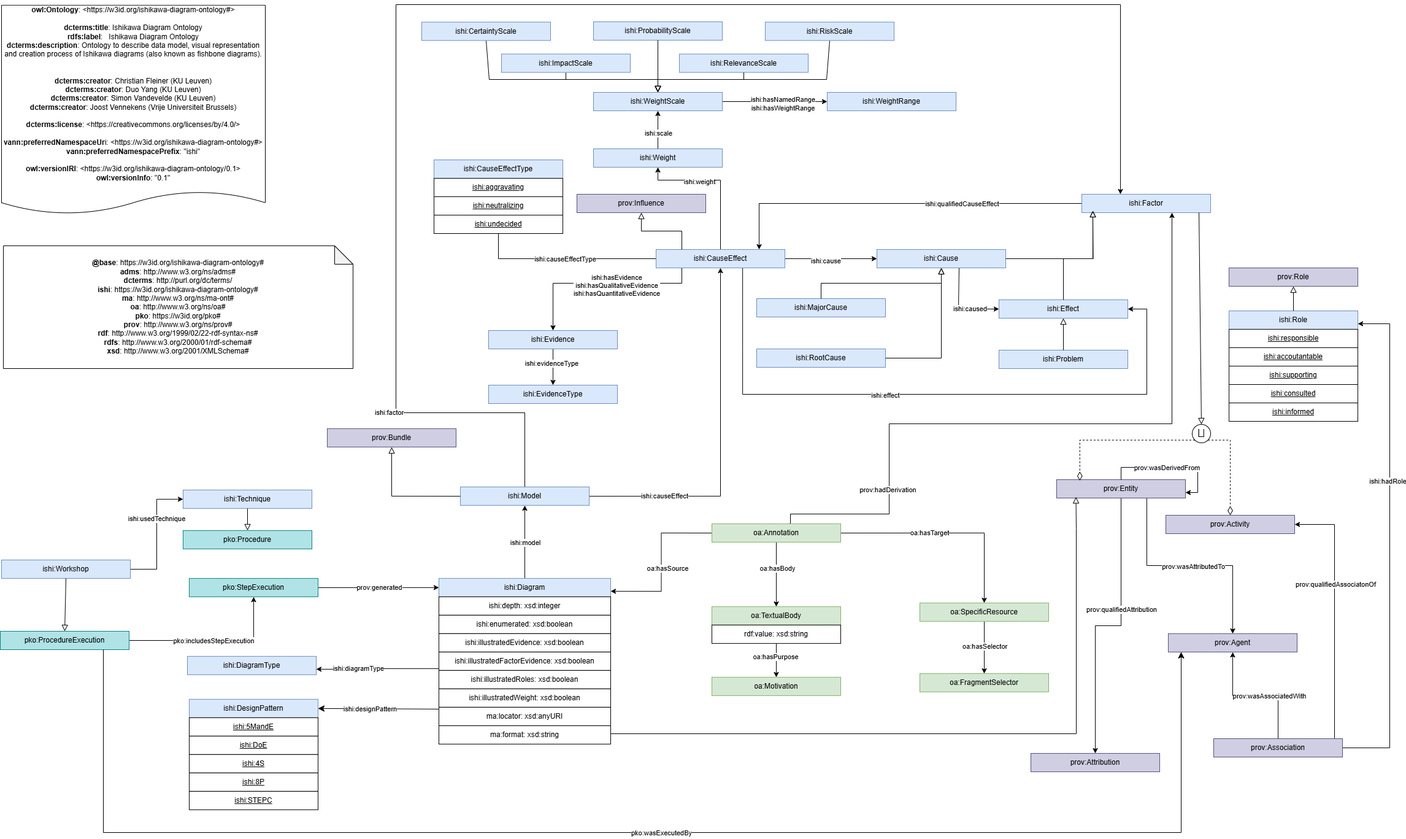
Before: chowlk/ishikawa-diagram-ontology.png, a diagram exported from draw.io (REXPEK/ishikawa-diagram-ontology). Source tidied: cells renumbered, new cells last; positions are measured from the earlier drawing's top-left corner, leaving out a move shared by most shapes.
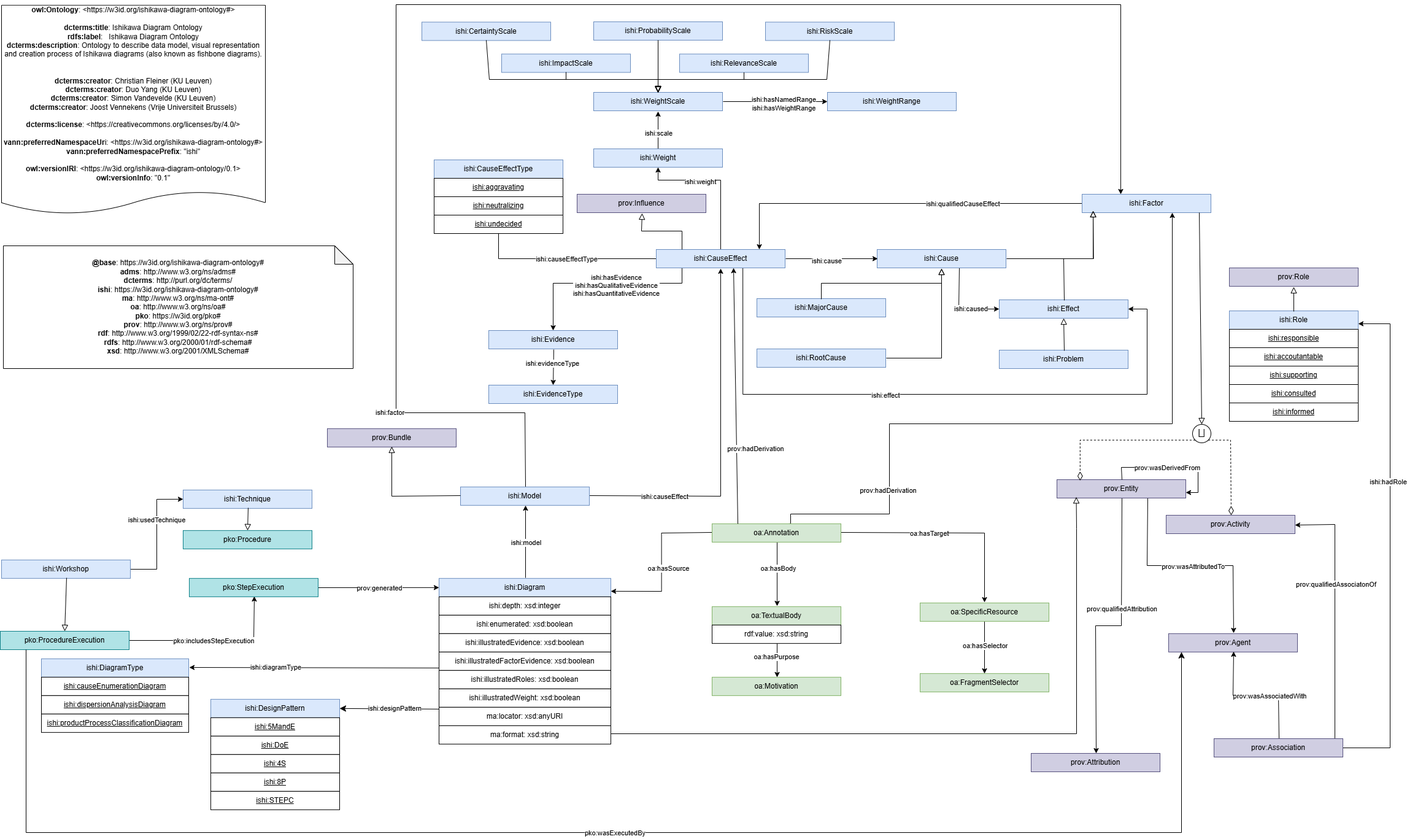
Above is the later version.

Change to the diagram source:
```diff
@@ -33,10 +33,10 @@
     <mxCell id="10" value="pko:ProcedureExecution" style="rounded=0;whiteSpace=wrap;html=1;snapToPoint=1;points=[[0.1,0],[0.2,0],[0.3,0],[0.4,0],[0.5,0],[0.6,0],[0.7,0],[0.8,0],[0.9,0],[0,0.1],[0,0.3],[0,0.5],[0,0.7],[0,0.9],[0.1,1],[0.2,1],[0.3,1],[0.4,1],[0.5,1],[0.6,1],[0.7,1],[0.8,1],[0.9,1],[1,0.1],[1,0.3],[1,0.5],[1,0.7],[1,0.9]];fillColor=#b0e3e6;strokeColor=#0e8088;" parent="1" vertex="1">
       <mxGeometry y="1021" width="210" height="30" as="geometry" />
     </mxCell>
-    <mxCell id="11" style="endArrow=classic;html=1;exitX=0.8;exitY=1;exitDx=0;exitDy=0;endSize=8;arcSize=0;rounded=0;edgeStyle=orthogonalEdgeStyle;entryX=0.1;entryY=1;entryDx=0;entryDy=0;" parent="1" edge="1" source="10" target="41">
+    <mxCell id="11" style="endArrow=classic;html=1;exitX=0.2;exitY=1;exitDx=0;exitDy=0;endSize=8;arcSize=0;rounded=0;edgeStyle=orthogonalEdgeStyle;entryX=0.1;entryY=1;entryDx=0;entryDy=0;" parent="1" edge="1" source="10" target="41">
       <mxGeometry relative="1" as="geometry">
         <Array as="points">
-          <mxPoint x="168" y="1349" />
+          <mxPoint x="42" y="1349" />
           <mxPoint x="1925" y="1349" />
         </Array>
       </mxGeometry>
@@ -89,10 +89,10 @@
       <mxGeometry x="707" y="253" width="210" height="30" as="geometry" />
     </mxCell>
     <mxCell id="23" value="ishi:DesignPattern" style="rounded=0;whiteSpace=wrap;html=1;snapToPoint=1;points=[[0.1,0],[0.2,0],[0.3,0],[0.4,0],[0.5,0],[0.6,0],[0.7,0],[0.8,0],[0.9,0],[0,0.1],[0,0.3],[0,0.5],[0,0.7],[0,0.9],[0.1,1],[0.2,1],[0.3,1],[0.4,1],[0.5,1],[0.6,1],[0.7,1],[0.8,1],[0.9,1],[1,0.1],[1,0.3],[1,0.5],[1,0.7],[1,0.9]];fillColor=#dae8fc;strokeColor=#6c8ebf;" parent="1" vertex="1">
-      <mxGeometry x="308" y="1131.9" width="210" height="30" as="geometry" />
+      <mxGeometry x="343" y="1131.9" width="210" height="30" as="geometry" />
     </mxCell>
     <mxCell id="24" value="ishi:DiagramType" style="rounded=0;whiteSpace=wrap;html=1;snapToPoint=1;points=[[0.1,0],[0.2,0],[0.3,0],[0.4,0],[0.5,0],[0.6,0],[0.7,0],[0.8,0],[0.9,0],[0,0.1],[0,0.3],[0,0.5],[0,0.7],[0,0.9],[0.1,1],[0.2,1],[0.3,1],[0.4,1],[0.5,1],[0.6,1],[0.7,1],[0.8,1],[0.9,1],[1,0.1],[1,0.3],[1,0.5],[1,0.7],[1,0.9]];fillColor=#dae8fc;strokeColor=#6c8ebf;" parent="1" vertex="1">
-      <mxGeometry x="305" y="1061.9" width="210" height="30" as="geometry" />
+      <mxGeometry x="67" y="1065.9" width="240" height="30" as="geometry" />
     </mxCell>
     <mxCell id="25" style="rounded=0;jettySize=auto;html=1;entryX=0.5;entryY=0;entryDx=0;entryDy=0;" parent="1" edge="1" source="27" target="28">
       <mxGeometry relative="1" as="geometry" />
@@ -249,7 +249,7 @@
         <mxPoint y="42" as="offset" />
       </mxGeometry>
     </mxCell>
-    <mxCell id="64" style="edgeStyle=orthogonalEdgeStyle;rounded=0;jettySize=auto;html=1;entryX=1;entryY=0.7;entryDx=0;entryDy=0;exitX=0;exitY=0.9;exitDx=0;exitDy=0;" parent="1" edge="1" source="99" target="24">
+    <mxCell id="64" style="rounded=0;jettySize=auto;html=1;exitX=0.032;exitY=0.867;exitDx=0;exitDy=0;exitPerimeter=0;" parent="1" edge="1" source="99" target="24">
       <mxGeometry relative="1" as="geometry" />
     </mxCell>
     <mxCell id="65" value="ishi:diagramType" style="edgeLabel;html=1;align=center;verticalAlign=middle;" parent="64" vertex="1">
@@ -454,7 +454,7 @@
     </mxCell>
     <mxCell id="117" value="&lt;div&gt;ishi:designPattern&lt;/div&gt;" style="edgeLabel;html=1;align=center;verticalAlign=middle;" parent="116" vertex="1">
       <mxGeometry x="-0.19" y="-1" relative="1" as="geometry">
-        <mxPoint x="-33" y="1" as="offset" />
+        <mxPoint x="-7" as="offset" />
       </mxGeometry>
     </mxCell>
     <mxCell id="118" style="rounded=0;jettySize=auto;html=1;" parent="1" edge="1" source="120" target="39">
@@ -534,19 +534,19 @@
       </mxGeometry>
     </mxCell>
     <mxCell id="139" value="&lt;u&gt;ishi:5MandE&lt;/u&gt;" style="rounded=0;whiteSpace=wrap;html=1;" parent="1" vertex="1">
-      <mxGeometry x="308" y="1161.9" width="210" height="30" as="geometry" />
+      <mxGeometry x="343" y="1161.9" width="210" height="30" as="geometry" />
     </mxCell>
     <mxCell id="140" value="&lt;u&gt;ishi:DoE&lt;/u&gt;" style="rounded=0;whiteSpace=wrap;html=1;" parent="1" vertex="1">
-      <mxGeometry x="308" y="1191.9" width="210" height="30" as="geometry" />
+      <mxGeometry x="343" y="1191.9" width="210" height="30" as="geometry" />
     </mxCell>
     <mxCell id="141" value="&lt;u&gt;ishi:4S&lt;/u&gt;" style="rounded=0;whiteSpace=wrap;html=1;" parent="1" vertex="1">
-      <mxGeometry x="308" y="1221.9" width="210" height="30" as="geometry" />
+      <mxGeometry x="343" y="1221.9" width="210" height="30" as="geometry" />
     </mxCell>
     <mxCell id="142" value="&lt;u&gt;ishi:8P&lt;/u&gt;" style="rounded=0;whiteSpace=wrap;html=1;" parent="1" vertex="1">
-      <mxGeometry x="308" y="1251.9" width="210" height="30" as="geometry" />
+      <mxGeometry x="343" y="1251.9" width="210" height="30" as="geometry" />
     </mxCell>
     <mxCell id="143" value="&lt;u&gt;ishi:STEPC&lt;/u&gt;" style="rounded=0;whiteSpace=wrap;html=1;" parent="1" vertex="1">
-      <mxGeometry x="308" y="1281.9" width="210" height="30" as="geometry" />
+      <mxGeometry x="343" y="1281.9" width="210" height="30" as="geometry" />
     </mxCell>
     <mxCell id="144" style="rounded=0;jettySize=auto;html=1;entryX=0;entryY=0.5;entryDx=0;entryDy=0;" parent="1" edge="1" source="146" target="66">
       <mxGeometry relative="1" as="geometry" />
@@ -575,5 +575,22 @@
         </Array>
       </mxGeometry>
     </mxCell>
+    <mxCell id="149" value="&lt;u&gt;ishi:causeEnumerationDiagram&lt;/u&gt;" style="rounded=0;whiteSpace=wrap;html=1;" parent="1" vertex="1">
+      <mxGeometry x="67" y="1095.9" width="240" height="30" as="geometry" />
+    </mxCell>
+    <mxCell id="150" value="&lt;u&gt;ishi:dispersionAnalysisDiagram&lt;/u&gt;" style="rounded=0;whiteSpace=wrap;html=1;" parent="1" vertex="1">
+      <mxGeometry x="67" y="1125.9" width="240" height="30" as="geometry" />
+    </mxCell>
+    <mxCell id="151" value="&lt;u&gt;ishi:productProcessClassificationDiagram&lt;/u&gt;" style="rounded=0;whiteSpace=wrap;html=1;" parent="1" vertex="1">
+      <mxGeometry x="67" y="1155.9" width="240" height="30" as="geometry" />
+    </mxCell>
+    <mxCell id="152" style="rounded=0;jettySize=auto;html=1;entryX=0.6;entryY=1;entryDx=0;entryDy=0;elbow=vertical;exitX=0.2;exitY=0;exitDx=0;exitDy=0;" parent="1" edge="1" source="21" target="78">
+      <mxGeometry relative="1" as="geometry" />
+    </mxCell>
+    <mxCell id="153" value="prov:hadDerivation" style="edgeLabel;html=1;align=center;verticalAlign=middle;" parent="152" vertex="1">
+      <mxGeometry x="-0.61" y="3" relative="1" as="geometry">
+        <mxPoint x="32" y="-43" as="offset" />
+      </mxGeometry>
+    </mxCell>
   </root>
 </mxGraphModel>
```
